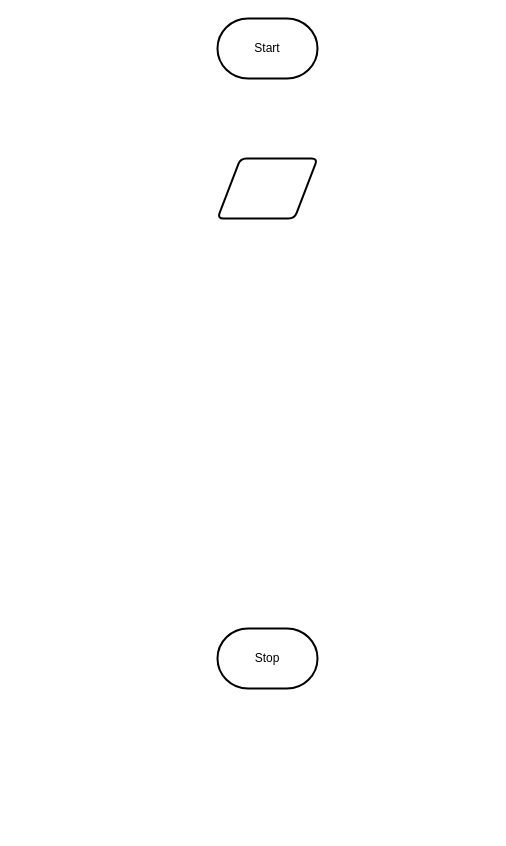
Before: design/flowchart.drawio in MTHS-ICD2O-1-2023/ICD2O-Unit-5-06-George-Khalil-29, a draw.io diagram. Source tidied: cells renumbered, new cells numbered last; positions are measured from the earlier drawing's top-left corner, leaving out a move shared by most shapes. Both pictures are drawn from the tidied source at 100%, with x=0, y=0 at pixel (217, 18).
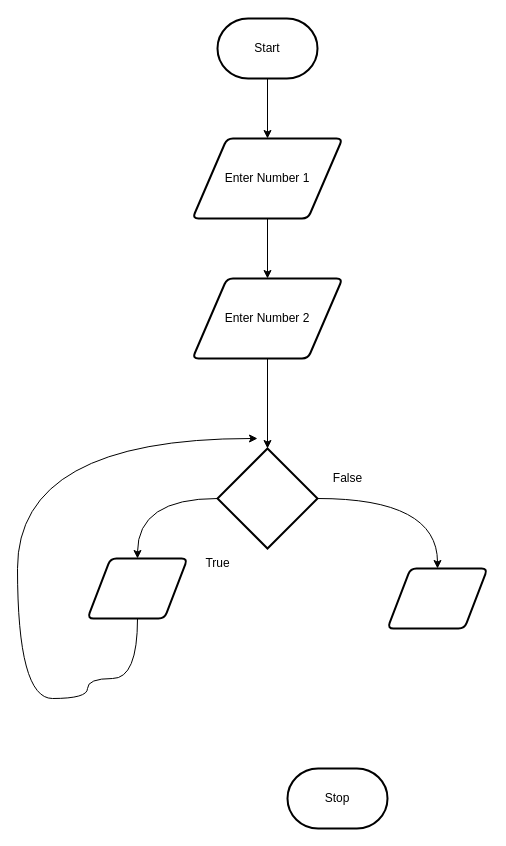
The same page after the edit.

The edit, as a diff of the source:
```diff
@@
 <mxGraphModel>
   <root>
     <mxCell id="0" />
     <mxCell id="1" parent="0" />
+    <mxCell id="5" style="edgeStyle=none;html=1;" parent="1" edge="1" source="2" target="4">
+      <mxGeometry relative="1" as="geometry" />
+    </mxCell>
     <mxCell id="2" value="Start" style="strokeWidth=2;html=1;shape=mxgraph.flowchart.terminator;whiteSpace=wrap;" parent="1" vertex="1">
       <mxGeometry width="100" height="60" as="geometry" />
     </mxCell>
     <mxCell id="3" value="Stop" style="strokeWidth=2;html=1;shape=mxgraph.flowchart.terminator;whiteSpace=wrap;" parent="1" vertex="1">
-      <mxGeometry y="610" width="100" height="60" as="geometry" />
+      <mxGeometry x="70" y="750" width="100" height="60" as="geometry" />
     </mxCell>
+    <mxCell id="6" style="edgeStyle=none;html=1;" parent="1" edge="1" source="4" target="8">
+      <mxGeometry relative="1" as="geometry" />
+    </mxCell>
-    <mxCell id="4" style="shape=parallelogram;html=1;strokeWidth=2;perimeter=parallelogramPerimeter;whiteSpace=wrap;rounded=1;arcSize=12;size=0.23;" parent="1" vertex="1">
-      <mxGeometry y="140" width="100" height="60" as="geometry" />
+    <mxCell id="4" value="Enter Number 1" style="shape=parallelogram;html=1;strokeWidth=2;perimeter=parallelogramPerimeter;whiteSpace=wrap;rounded=1;arcSize=12;size=0.23;" parent="1" vertex="1">
+      <mxGeometry x="-25" y="120" width="150" height="80" as="geometry" />
     </mxCell>
+    <mxCell id="7" style="edgeStyle=none;html=1;" parent="1" edge="1" source="8" target="11">
+      <mxGeometry relative="1" as="geometry" />
+    </mxCell>
+    <mxCell id="8" value="Enter Number 2" style="shape=parallelogram;html=1;strokeWidth=2;perimeter=parallelogramPerimeter;whiteSpace=wrap;rounded=1;arcSize=12;size=0.23;" parent="1" vertex="1">
+      <mxGeometry x="-25" y="260" width="150" height="80" as="geometry" />
+    </mxCell>
+    <mxCell id="9" style="edgeStyle=orthogonalEdgeStyle;curved=1;html=1;" parent="1" edge="1" source="11" target="13">
+      <mxGeometry relative="1" as="geometry" />
+    </mxCell>
+    <mxCell id="10" style="edgeStyle=orthogonalEdgeStyle;curved=1;html=1;entryX=0.5;entryY=0;entryDx=0;entryDy=0;" parent="1" edge="1" source="11" target="16">
+      <mxGeometry relative="1" as="geometry" />
+    </mxCell>
+    <mxCell id="11" style="strokeWidth=2;html=1;shape=mxgraph.flowchart.decision;whiteSpace=wrap;" parent="1" vertex="1">
+      <mxGeometry y="430" width="100" height="100" as="geometry" />
+    </mxCell>
+    <mxCell id="12" value="False" style="text;html=1;align=center;verticalAlign=middle;strokeColor=none;fillColor=none;" parent="1" vertex="1">
+      <mxGeometry x="105" y="445" width="50" height="30" as="geometry" />
+    </mxCell>
+    <mxCell id="13" style="shape=parallelogram;html=1;strokeWidth=2;perimeter=parallelogramPerimeter;whiteSpace=wrap;rounded=1;arcSize=12;size=0.23;" parent="1" vertex="1">
+      <mxGeometry x="170" y="550" width="100" height="60" as="geometry" />
+    </mxCell>
+    <mxCell id="14" value="True" style="text;html=1;align=center;verticalAlign=middle;strokeColor=none;fillColor=none;" parent="1" vertex="1">
+      <mxGeometry x="-25" y="530" width="50" height="30" as="geometry" />
+    </mxCell>
+    <mxCell id="15" style="edgeStyle=orthogonalEdgeStyle;curved=1;html=1;exitX=0.5;exitY=1;exitDx=0;exitDy=0;elbow=vertical;" parent="1" edge="1" source="16">
+      <mxGeometry relative="1" as="geometry">
+        <mxPoint x="40" y="420" as="targetPoint" />
+        <Array as="points">
+          <mxPoint x="-80" y="660" />
+          <mxPoint x="-130" y="660" />
+          <mxPoint x="-130" y="680" />
+          <mxPoint x="-200" y="680" />
+          <mxPoint x="-200" y="420" />
+        </Array>
+      </mxGeometry>
+    </mxCell>
+    <mxCell id="16" style="shape=parallelogram;html=1;strokeWidth=2;perimeter=parallelogramPerimeter;whiteSpace=wrap;rounded=1;arcSize=12;size=0.23;" parent="1" vertex="1">
+      <mxGeometry x="-130" y="540" width="100" height="60" as="geometry" />
+    </mxCell>
   </root>
 </mxGraphModel>
```
